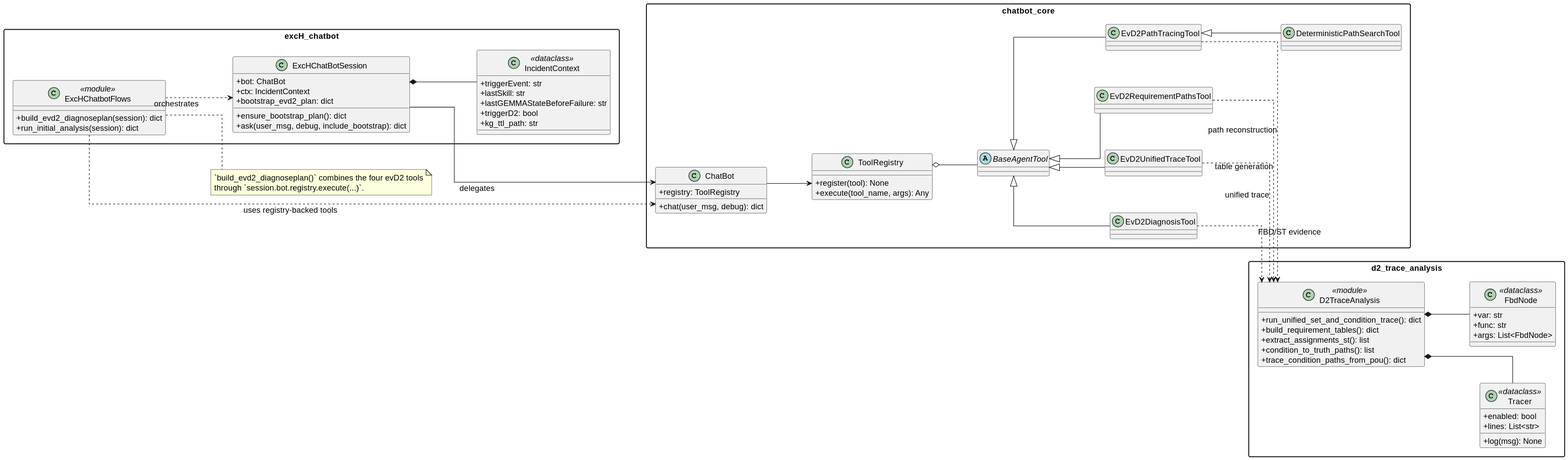
This is out/UML-Diagrams/ExcH-KG-Agent/msrguard_evd2_trace_slide/msrguard_evd2_trace.svg from verkal1999/Agent_Test, a PlantUML export, as it was before one commit.
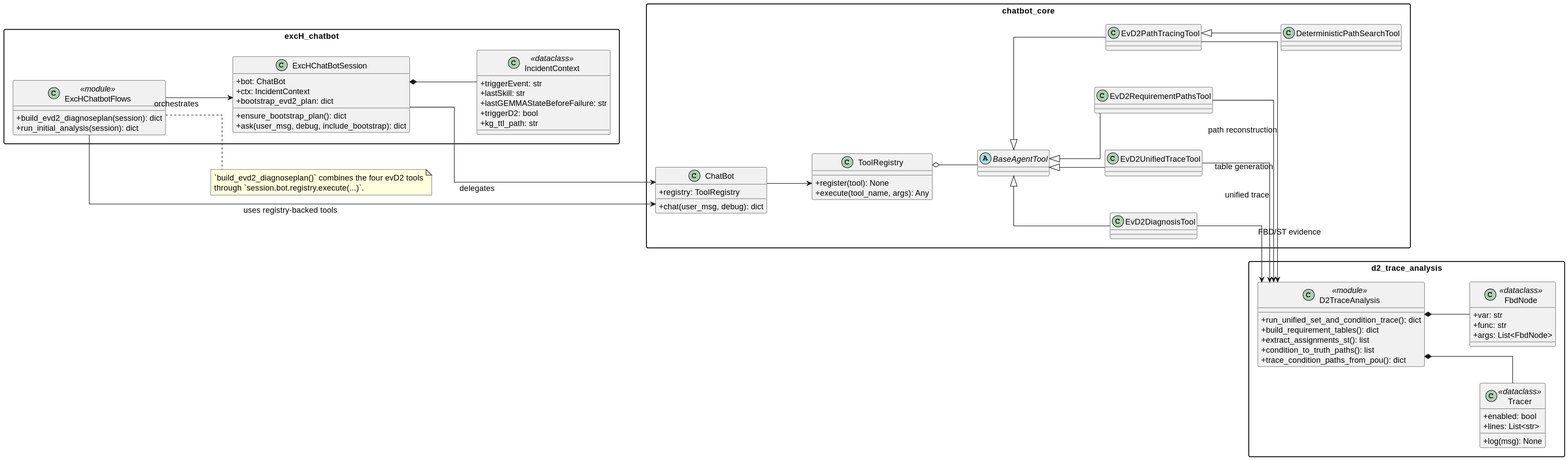
After the change.

Diff of the diagram source:
```diff
@@ -32,7 +32,7 @@
   }
 
   ExcHChatBotSession *-- IncidentContext
-  ExcHChatbotFlows ..> ExcHChatBotSession : orchestrates
+  ExcHChatbotFlows --> ExcHChatBotSession : orchestrates
 }
 
 package "chatbot_core" {
@@ -90,12 +90,12 @@
 }
 
 ExcHChatBotSession --> ChatBot : delegates
-ExcHChatbotFlows ..> ChatBot : uses registry-backed tools
+ExcHChatbotFlows --> ChatBot : uses registry-backed tools
 
-EvD2DiagnosisTool ..> D2TraceAnalysis : FBD/ST evidence
-EvD2UnifiedTraceTool ..> D2TraceAnalysis : unified trace
-EvD2RequirementPathsTool ..> D2TraceAnalysis : table generation
-EvD2PathTracingTool ..> D2TraceAnalysis : path reconstruction
+EvD2DiagnosisTool --> D2TraceAnalysis : FBD/ST evidence
+EvD2UnifiedTraceTool --> D2TraceAnalysis : unified trace
+EvD2RequirementPathsTool --> D2TraceAnalysis : table generation
+EvD2PathTracingTool --> D2TraceAnalysis : path reconstruction
 
 IncidentContext -[hidden]-> ChatBot
 ChatBot -[hidden]-> D2TraceAnalysis
```
